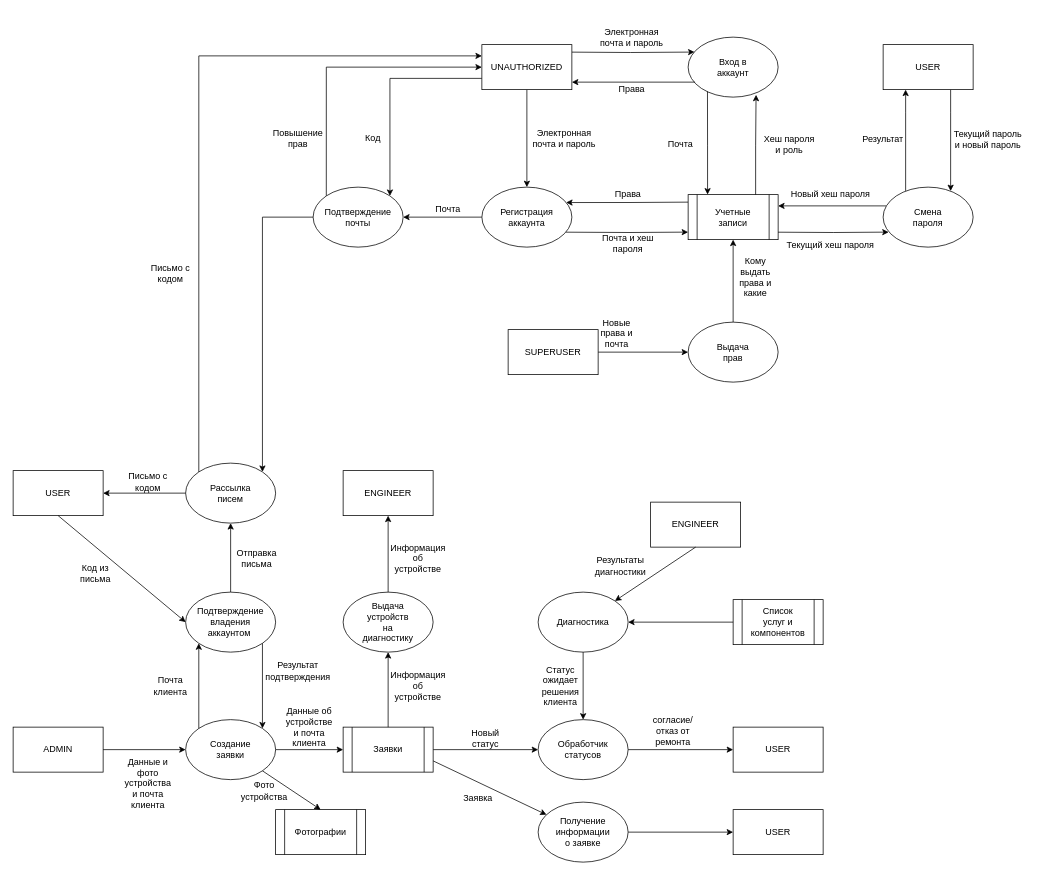
Before: docs/threat-model/architecture/diagram.drawio in exectly7/SecureDevelopment, a draw.io diagram. Source tidied: cells renumbered, new cells numbered last; positions are measured from the earlier drawing's top-left corner, leaving out a move shared by most shapes. Both pictures are drawn from the tidied source at 75%, with x=0, y=0 at pixel (13, 18).
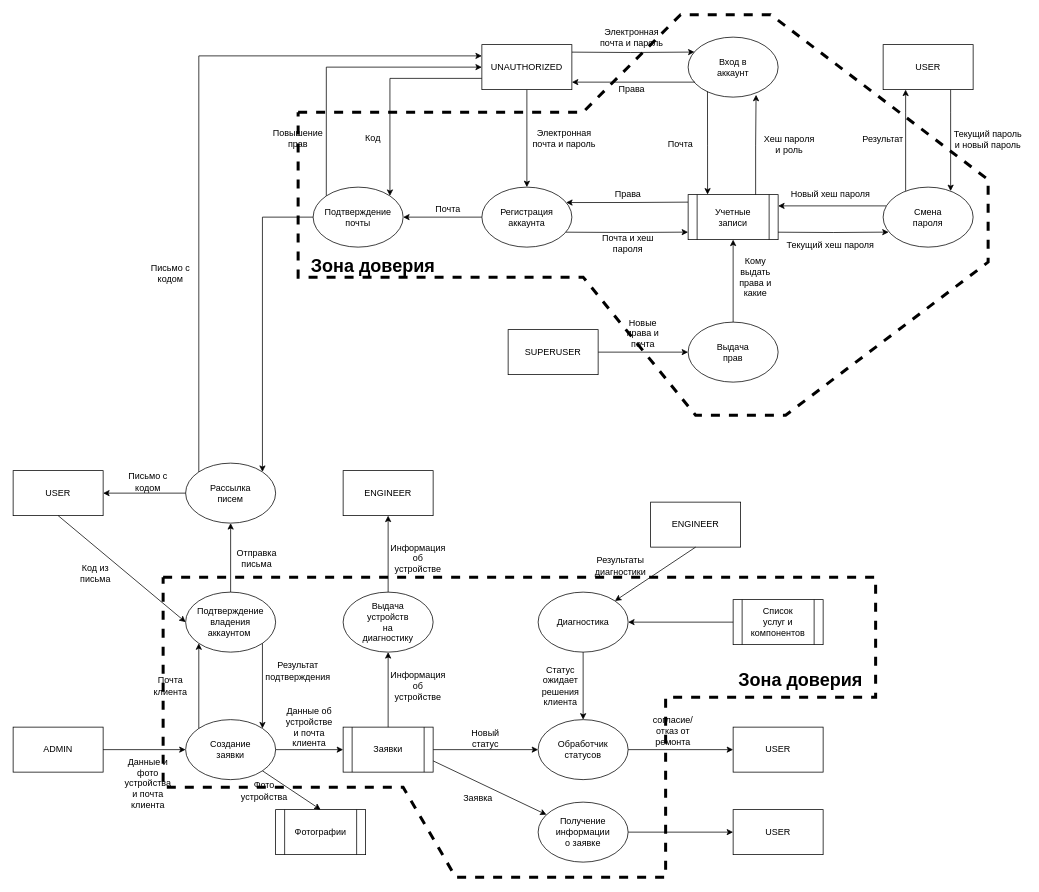
Above is the later version.

Change to the diagram source:
```diff
@@
+    <mxCell id="118" style="endArrow=none;html=1;rounded=0;strokeWidth=4;dashed=1;strokeColor=light-dark(#000000,#FF0000);" parent="1" edge="1">
+      <mxGeometry x="-0.58" relative="1" as="geometry">
+        <mxPoint x="200" y="745" as="sourcePoint" />
+        <mxPoint x="200" y="745" as="targetPoint" />
+        <Array as="points">
+          <mxPoint x="1150" y="745" />
+          <mxPoint x="1150" y="905" />
+          <mxPoint x="870" y="905" />
+          <mxPoint x="870" y="1145" />
+          <mxPoint x="590" y="1145" />
+          <mxPoint x="520" y="1025" />
+          <mxPoint x="200" y="1025" />
+        </Array>
+      </mxGeometry>
+    </mxCell>
+    <mxCell id="119" style="endArrow=none;html=1;rounded=0;strokeColor=light-dark(#000000,#CC0000);strokeWidth=4;dashed=1;" parent="1" edge="1">
+      <mxGeometry x="-0.75" relative="1" as="geometry">
+        <mxPoint x="380" y="125" as="sourcePoint" />
+        <mxPoint x="380" y="125" as="targetPoint" />
+        <Array as="points">
+          <mxPoint x="760" y="125" />
+          <mxPoint x="890" y="-5" />
+          <mxPoint x="1010" y="-5" />
+          <mxPoint x="1300" y="215" />
+          <mxPoint x="1300" y="325" />
+          <mxPoint x="1030" y="529.2" />
+          <mxPoint x="910" y="529.2" />
+          <mxPoint x="760" y="345" />
+          <mxPoint x="380" y="345" />
+        </Array>
+      </mxGeometry>
+    </mxCell>
@@
     <mxCell id="87" value="Новые права и почта" style="text;html=1;whiteSpace=wrap;strokeColor=none;fillColor=none;align=center;verticalAlign=middle;rounded=0;" parent="1" vertex="1">
-      <mxGeometry x="775" y="405" width="60" height="30" as="geometry" />
+      <mxGeometry x="810" y="405" width="60" height="30" as="geometry" />
     </mxCell>
@@
+    <mxCell id="120" value="&lt;font style=&quot;font-size: 24px;&quot;&gt;&lt;span style=&quot;color: light-dark(rgb(0, 0, 0), rgb(204, 0, 0));&quot;&gt;&lt;b&gt;Зона доверия&lt;/b&gt;&lt;/span&gt;&lt;/font&gt;" style="text;html=1;whiteSpace=wrap;strokeColor=none;fillColor=none;align=center;verticalAlign=middle;rounded=0;" parent="1" vertex="1">
+      <mxGeometry x="950" y="868" width="200" height="30" as="geometry" />
+    </mxCell>
+    <mxCell id="121" value="&lt;font style=&quot;font-size: 24px;&quot;&gt;&lt;span style=&quot;color: light-dark(rgb(0, 0, 0), rgb(204, 0, 0));&quot;&gt;&lt;b&gt;Зона доверия&lt;/b&gt;&lt;/span&gt;&lt;/font&gt;" style="text;html=1;whiteSpace=wrap;strokeColor=none;fillColor=none;align=center;verticalAlign=middle;rounded=0;" parent="1" vertex="1">
+      <mxGeometry x="380" y="315" width="200" height="30" as="geometry" />
+    </mxCell>
```
